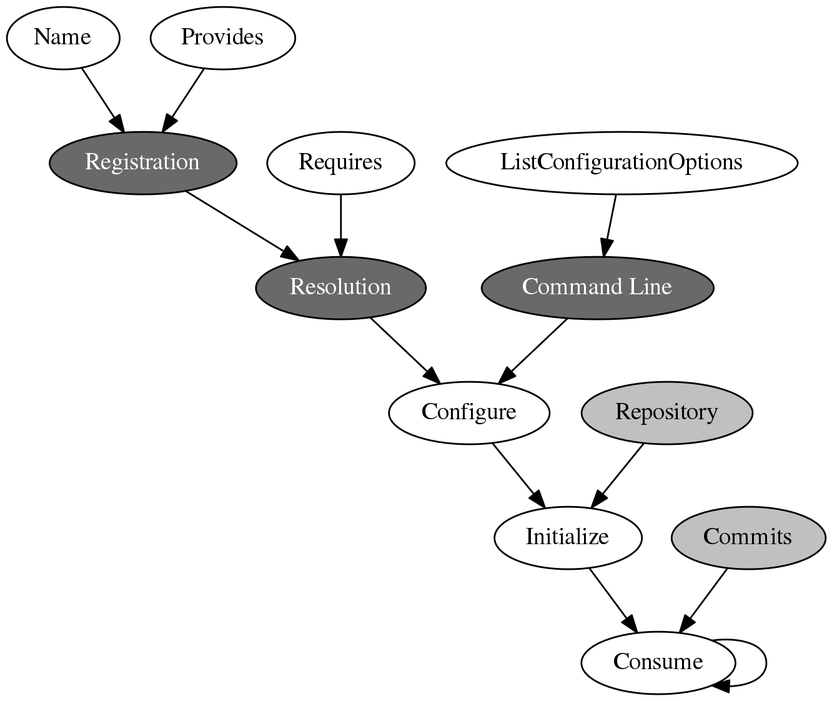
Earlier version of the Graphviz export doc/pipeline_item.png (src-d/hercules). Its source is kept beside it as doc/pipeline_item.dot.
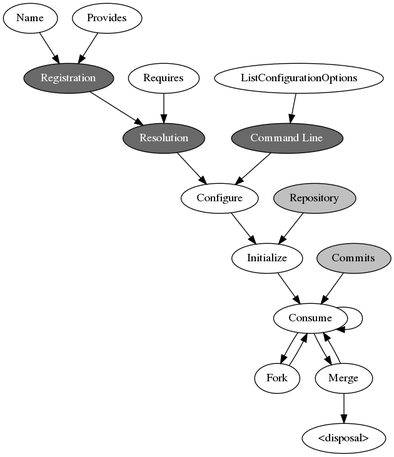
The same file after the commit.

Commit message:
Update the pipeline item docs and rename MergeablePipelineItem

Diff of the diagram source:
```diff
@@ -11,6 +11,11 @@
   Initialize -> Consume
   Commits -> Consume
   Consume -> Consume
+  Consume -> Fork
+  Fork -> Consume
+  Consume -> Merge
+  Merge -> Consume
+  Merge -> "<disposal>"
   Registration [style=filled, fillcolor=dimgray, fontcolor=white]
   Resolution [style=filled, fillcolor=dimgray, fontcolor=white]
   "Command Line" [style=filled, fillcolor=dimgray, fontcolor=white]
```
